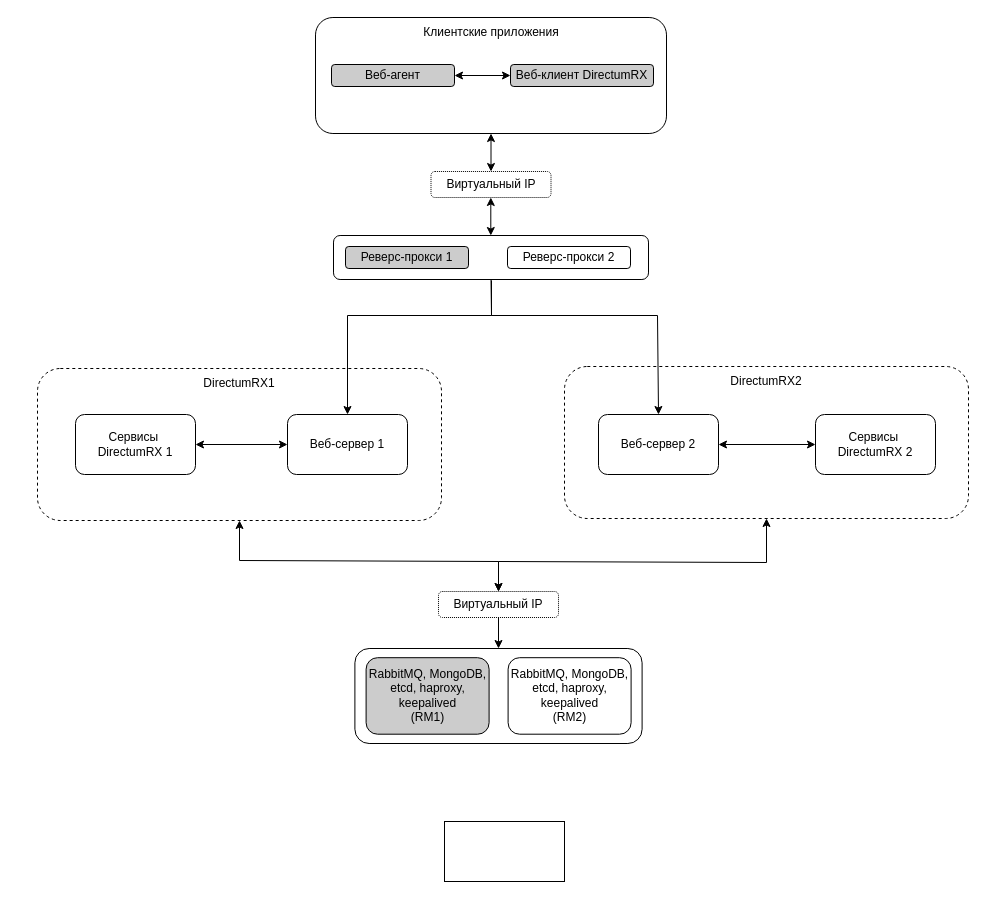
This is Alpha.drawio from RGNGIT/acl-server, a draw.io file, before an edit. Source tidied: cells renumbered, new cells numbered last; positions are measured from the earlier drawing's top-left corner, leaving out a move shared by most shapes. Both pictures are drawn from the tidied source at 100%, with x=0, y=0 at pixel (37, 17).
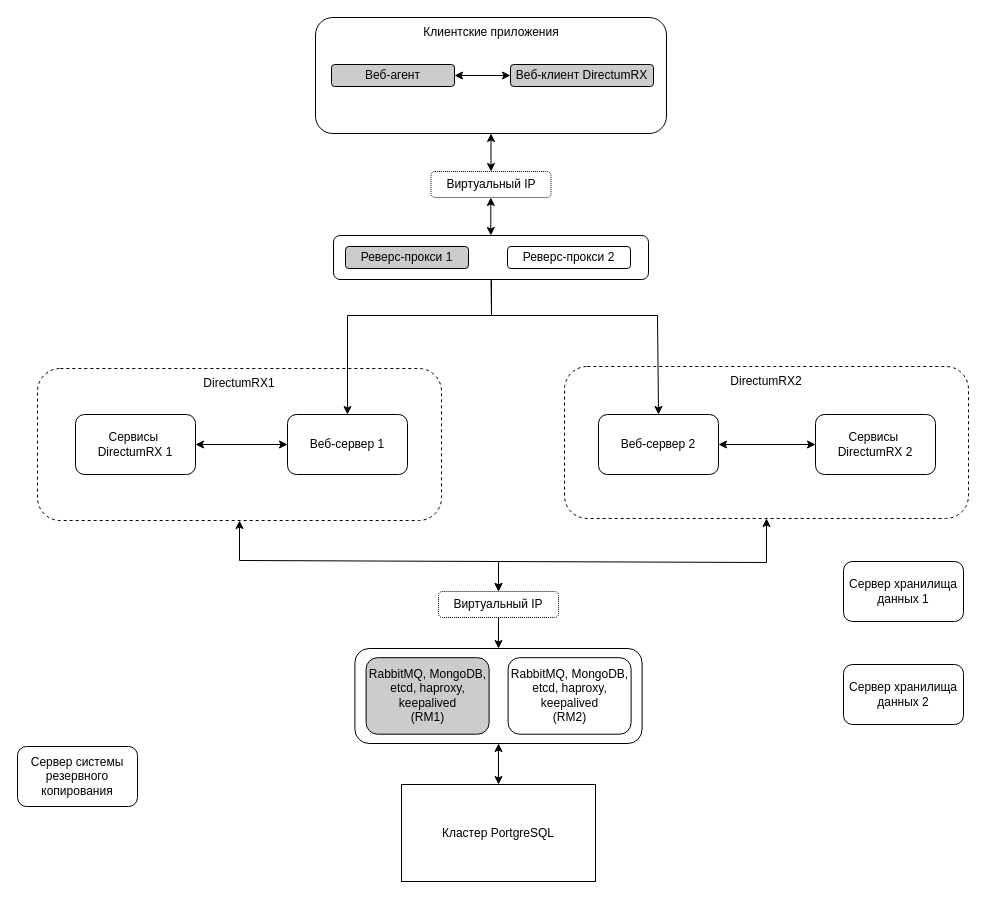
Above is the later version.

Unchanged cells that the change refers to:
```xml
<mxCell id="28" style="rounded=1;whiteSpace=wrap;html=1;" parent="1" vertex="1">
  <mxGeometry x="317.4" y="631" width="287.2" height="95" as="geometry" />
</mxCell>
```

Diff of the diagram source:
```diff
@@
-    <mxCell id="32" style="rounded=0;whiteSpace=wrap;html=1;" parent="1" vertex="1">
-      <mxGeometry x="407" y="804" width="120" height="60" as="geometry" />
+    <mxCell id="32" value="Кластер PortgreSQL" style="rounded=0;whiteSpace=wrap;html=1;" parent="1" vertex="1">
+      <mxGeometry x="364" y="767" width="194" height="97" as="geometry" />
     </mxCell>
+    <mxCell id="33" style="endArrow=classic;startArrow=classic;html=1;rounded=0;entryX=0.5;entryY=1;entryDx=0;entryDy=0;exitX=0.5;exitY=0;exitDx=0;exitDy=0;" parent="1" edge="1" source="32" target="28">
+      <mxGeometry relative="1" as="geometry" />
+    </mxCell>
+    <mxCell id="34" value="Сервер системы резервного копирования" style="rounded=1;whiteSpace=wrap;html=1;" parent="1" vertex="1">
+      <mxGeometry x="-20" y="729" width="120" height="60" as="geometry" />
+    </mxCell>
+    <mxCell id="35" value="Сервер хранилища данных 1" style="rounded=1;whiteSpace=wrap;html=1;" parent="1" vertex="1">
+      <mxGeometry x="806" y="544" width="120" height="60" as="geometry" />
+    </mxCell>
+    <mxCell id="36" value="Сервер хранилища данных 2" style="rounded=1;whiteSpace=wrap;html=1;" parent="1" vertex="1">
+      <mxGeometry x="806" y="647" width="120" height="60" as="geometry" />
+    </mxCell>
```
